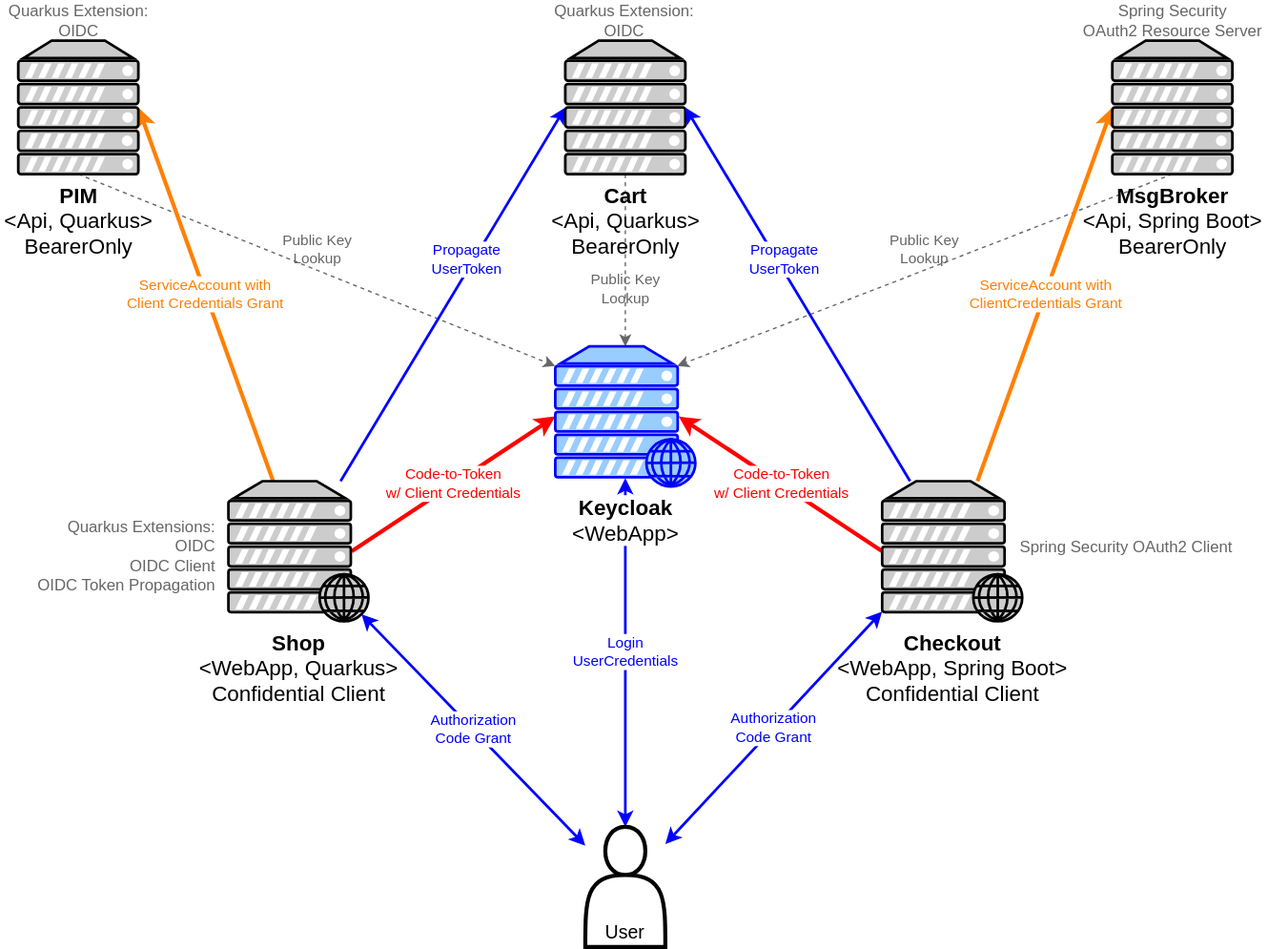
Above: architecture.svg in dasniko/keycloak-bookshop-demo (draw.io), before the change. Source tidied: cells renumbered, new cells last; positions are measured from the earlier drawing's top-left corner, leaving out a move shared by most shapes.
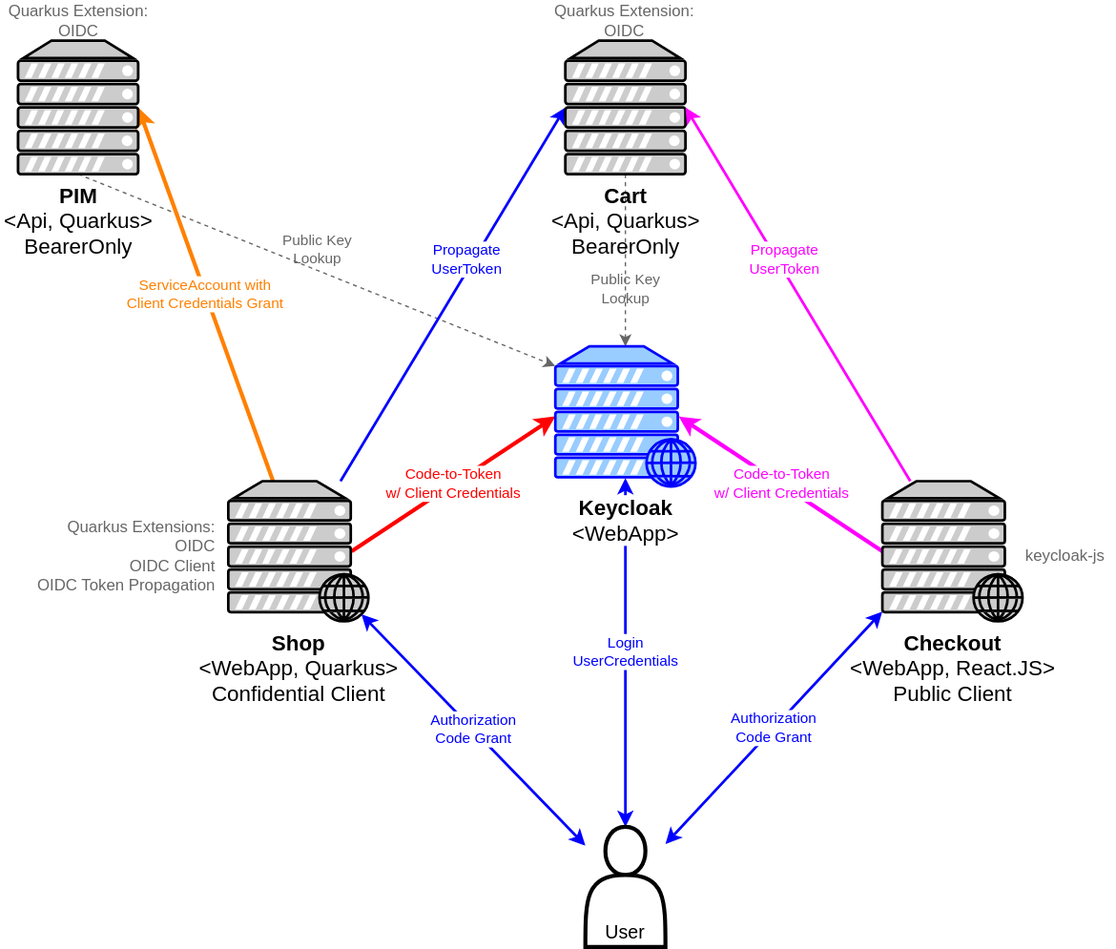
After the change.

Diff of the diagram source:
```diff
@@ -8,9 +8,6 @@
     <mxCell id="3" value="Public Key&lt;br&gt;Lookup" style="edgeStyle=none;rounded=0;jettySize=auto;html=1;exitX=0.5;exitY=1;exitDx=0;exitDy=0;exitPerimeter=0;entryX=0;entryY=0.14;entryDx=0;entryDy=0;startArrow=none;startFill=0;strokeWidth=1;dashed=1;strokeColor=#666666;fontColor=#666666;labelBackgroundColor=none;verticalAlign=bottom;entryPerimeter=0;" parent="1" edge="1" source="14" target="25">
       <mxGeometry relative="1" as="geometry" />
     </mxCell>
-    <mxCell id="4" value="Public Key&lt;br&gt;Lookup" style="edgeStyle=none;rounded=0;jettySize=auto;html=1;exitX=0.5;exitY=1;exitDx=0;exitDy=0;exitPerimeter=0;entryX=0.87;entryY=0.14;entryDx=0;entryDy=0;dashed=1;startArrow=none;startFill=0;strokeColor=#666666;strokeWidth=1;labelBackgroundColor=none;fontColor=#666666;verticalAlign=bottom;entryPerimeter=0;" parent="1" edge="1" source="15" target="25">
-      <mxGeometry relative="1" as="geometry" />
-    </mxCell>
     <mxCell id="5" value="Code-to-Token&lt;br&gt;w/ Client Credentials" style="edgeStyle=none;rounded=0;jettySize=auto;html=1;exitX=0.88;exitY=0.5;exitDx=0;exitDy=0;exitPerimeter=0;entryX=0;entryY=0.5;entryDx=0;entryDy=0;strokeWidth=3;startArrow=none;startFill=0;strokeColor=#FF0000;fontColor=#FF0000;labelBackgroundColor=#ffffff;entryPerimeter=0;" parent="1" edge="1" source="8" target="25">
       <mxGeometry relative="1" as="geometry" />
     </mxCell>
@@ -26,24 +23,18 @@
     <mxCell id="9" value="Cart&lt;br style=&quot;font-size: 16px&quot;&gt;&lt;font style=&quot;font-size: 16px ; font-weight: normal&quot;&gt;&amp;lt;Api, Quarkus&amp;gt;&lt;br style=&quot;font-size: 16px&quot;&gt;BearerOnly&lt;/font&gt;" style="verticalAlign=top;verticalLabelPosition=bottom;labelPosition=center;align=center;html=1;outlineConnect=0;fillColor=#CCCCCC;gradientColor=none;gradientDirection=north;strokeWidth=2;shape=mxgraph.networks.server;strokeColor=#000000;fontSize=16;fontStyle=1;fontColor=#000000;" parent="1" vertex="1">
       <mxGeometry x="422" y="30" width="90" height="100" as="geometry" />
     </mxCell>
-    <mxCell id="10" value="Code-to-Token&lt;br&gt;w/ Client Credentials" style="edgeStyle=none;rounded=0;jettySize=auto;html=1;entryX=0.88;entryY=0.5;entryDx=0;entryDy=0;strokeWidth=3;startArrow=none;startFill=0;strokeColor=#FF0000;fontColor=#FF0000;labelBackgroundColor=#ffffff;exitX=0;exitY=0.5;exitDx=0;exitDy=0;exitPerimeter=0;entryPerimeter=0;" parent="1" edge="1" source="13" target="25">
+    <mxCell id="10" value="Code-to-Token&lt;br&gt;w/ Client Credentials" style="edgeStyle=none;rounded=0;jettySize=auto;html=1;entryX=0.88;entryY=0.5;entryDx=0;entryDy=0;strokeWidth=3;startArrow=none;startFill=0;strokeColor=#FF00FF;fontColor=#FF00FF;labelBackgroundColor=#ffffff;exitX=0;exitY=0.5;exitDx=0;exitDy=0;exitPerimeter=0;entryPerimeter=0;" parent="1" edge="1" source="13" target="25">
       <mxGeometry relative="1" as="geometry" />
     </mxCell>
-    <mxCell id="11" value="Propagate&lt;br&gt;UserToken" style="edgeStyle=none;rounded=0;jettySize=auto;html=1;entryX=1;entryY=0.5;entryDx=0;entryDy=0;entryPerimeter=0;strokeColor=#0000FF;strokeWidth=2;fontColor=#0000FF;labelBackgroundColor=#ffffff;verticalAlign=middle;labelPosition=center;verticalLabelPosition=middle;align=center;" parent="1" edge="1" source="13" target="9">
+    <mxCell id="11" value="Propagate&lt;br&gt;UserToken" style="edgeStyle=none;rounded=0;jettySize=auto;html=1;entryX=1;entryY=0.5;entryDx=0;entryDy=0;entryPerimeter=0;strokeColor=#FF00FF;strokeWidth=2;fontColor=#FF00FF;labelBackgroundColor=#ffffff;verticalAlign=middle;labelPosition=center;verticalLabelPosition=middle;align=center;" parent="1" edge="1" source="13" target="9">
       <mxGeometry x="0.17" y="-5" relative="1" as="geometry" />
     </mxCell>
-    <mxCell id="12" value="ServiceAccount with&lt;br&gt;ClientCredentials Grant" style="edgeStyle=none;rounded=0;jettySize=auto;html=1;entryX=0;entryY=0.5;entryDx=0;entryDy=0;entryPerimeter=0;strokeWidth=3;labelBackgroundColor=#ffffff;fontColor=#FF8000;strokeColor=#FF8000;labelPosition=center;verticalLabelPosition=middle;align=center;verticalAlign=middle;" parent="1" edge="1" source="13" target="15">
-      <mxGeometry relative="1" as="geometry" />
-    </mxCell>
-    <mxCell id="13" value="Checkout&lt;br style=&quot;font-size: 16px&quot;&gt;&lt;span style=&quot;font-weight: normal&quot;&gt;&amp;lt;WebApp, Spring Boot&amp;gt;&lt;br&gt;Confidential Client&lt;br&gt;&lt;/span&gt;" style="verticalAlign=top;verticalLabelPosition=bottom;labelPosition=center;align=center;html=1;outlineConnect=0;fillColor=#CCCCCC;gradientColor=none;gradientDirection=north;strokeWidth=2;shape=mxgraph.networks.web_server;fontSize=16;fontStyle=1;fontColor=#000000;strokeColor=#000000;" parent="1" vertex="1">
+    <mxCell id="13" value="Checkout&lt;br style=&quot;font-size: 16px&quot;&gt;&lt;span style=&quot;font-weight: normal&quot;&gt;&amp;lt;WebApp, React.JS&amp;gt;&lt;br&gt;Public Client&lt;br&gt;&lt;/span&gt;" style="verticalAlign=top;verticalLabelPosition=bottom;labelPosition=center;align=center;html=1;outlineConnect=0;fillColor=#CCCCCC;gradientColor=none;gradientDirection=north;strokeWidth=2;shape=mxgraph.networks.web_server;fontSize=16;fontStyle=1;fontColor=#000000;strokeColor=#000000;" parent="1" vertex="1">
       <mxGeometry x="659.5" y="360" width="105" height="105" as="geometry" />
     </mxCell>
     <mxCell id="14" value="PIM&lt;br style=&quot;font-size: 16px&quot;&gt;&lt;span style=&quot;font-weight: normal ; font-size: 16px&quot;&gt;&amp;lt;Api, Quarkus&amp;gt;&lt;br style=&quot;font-size: 16px&quot;&gt;BearerOnly&lt;/span&gt;" style="verticalAlign=top;verticalLabelPosition=bottom;labelPosition=center;align=center;html=1;outlineConnect=0;fillColor=#CCCCCC;gradientColor=none;gradientDirection=north;strokeWidth=2;shape=mxgraph.networks.server;strokeColor=#000000;fontSize=16;fontStyle=1;fontColor=#000000;" parent="1" vertex="1">
       <mxGeometry x="12" y="30" width="90" height="100" as="geometry" />
     </mxCell>
-    <mxCell id="15" value="&lt;font style=&quot;font-size: 16px&quot;&gt;MsgBroker&lt;/font&gt;&lt;br style=&quot;font-size: 16px&quot;&gt;&lt;span style=&quot;font-weight: normal ; font-size: 16px&quot;&gt;&amp;lt;Api, Spring Boot&amp;gt;&lt;br style=&quot;font-size: 16px&quot;&gt;BearerOnly&lt;/span&gt;" style="verticalAlign=top;verticalLabelPosition=bottom;labelPosition=center;align=center;html=1;outlineConnect=0;fillColor=#CCCCCC;gradientColor=none;gradientDirection=north;strokeWidth=2;shape=mxgraph.networks.server;strokeColor=#000000;fontSize=16;fontStyle=1;fontColor=#000000;" parent="1" vertex="1">
-      <mxGeometry x="832" y="30" width="90" height="100" as="geometry" />
-    </mxCell>
     <mxCell id="16" value="Login&lt;br&gt;UserCredentials" style="rounded=0;jettySize=auto;html=1;entryX=0.5;entryY=0.94;entryDx=0;entryDy=0;strokeColor=#0000FF;strokeWidth=2;labelBackgroundColor=#ffffff;fontColor=#0000FF;labelPosition=center;verticalLabelPosition=middle;align=center;verticalAlign=middle;startArrow=classic;startFill=1;entryPerimeter=0;" parent="1" edge="1" source="19" target="25">
       <mxGeometry relative="1" as="geometry" />
     </mxCell>
@@ -65,11 +56,8 @@
     <mxCell id="22" value="Quarkus Extension:&lt;br style=&quot;font-size: 12px&quot;&gt;OIDC" style="text;strokeColor=none;fillColor=none;align=center;verticalAlign=middle;rounded=0;labelBackgroundColor=none;fontSize=12;fontColor=#666666;html=1;whiteSpace=wrap;" parent="1" vertex="1">
       <mxGeometry x="409" width="115" height="30" as="geometry" />
     </mxCell>
-    <mxCell id="23" value="Spring Security&lt;br&gt;OAuth2 Resource Server" style="text;strokeColor=none;fillColor=none;align=center;verticalAlign=middle;rounded=0;labelBackgroundColor=none;fontSize=12;fontColor=#666666;html=1;whiteSpace=wrap;" parent="1" vertex="1">
-      <mxGeometry x="805.8" width="142.5" height="30" as="geometry" />
-    </mxCell>
-    <mxCell id="24" value="Spring Security OAuth2 Client" style="text;strokeColor=none;fillColor=none;align=left;verticalAlign=middle;rounded=0;labelBackgroundColor=none;fontSize=12;fontColor=#666666;html=1;whiteSpace=wrap;" parent="1" vertex="1">
-      <mxGeometry x="760.8" y="390" width="187.5" height="40" as="geometry" />
+    <mxCell id="24" value="keycloak-js" style="text;strokeColor=none;fillColor=none;align=left;verticalAlign=middle;rounded=0;labelBackgroundColor=none;fontSize=12;fontColor=#666666;html=1;whiteSpace=wrap;" parent="1" vertex="1">
+      <mxGeometry x="764.5" y="395.5" width="70" height="40" as="geometry" />
     </mxCell>
     <mxCell id="25" value="Keycloak&lt;br style=&quot;font-size: 16px&quot;&gt;&lt;span style=&quot;font-weight: normal&quot;&gt;&amp;lt;WebApp&amp;gt;&lt;br&gt;&lt;/span&gt;" style="verticalAlign=top;verticalLabelPosition=bottom;labelPosition=center;align=center;html=1;outlineConnect=0;gradientColor=none;gradientDirection=north;strokeWidth=2;shape=mxgraph.networks.web_server;fontSize=16;fontStyle=1;fontColor=#000000;strokeColor=#0000FF;fillColor=#99CCFF;labelBackgroundColor=#ffffff;" parent="1" vertex="1">
       <mxGeometry x="414.5" y="259" width="105" height="105" as="geometry" />
```
